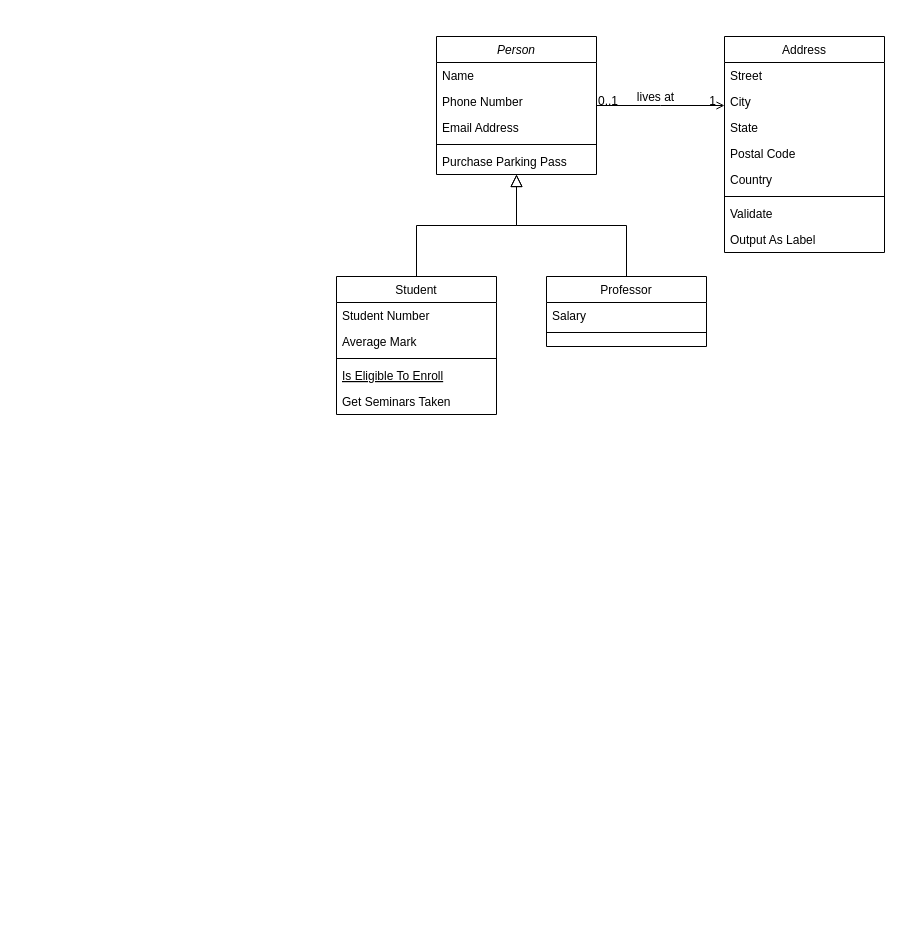
rudaniel/changProjects keeps this draw.io diagram as Untitled Diagram.drawio. Above is the earlier version. Source tidied: cells renumbered, new cells numbered last; positions are measured from the earlier drawing's top-left corner, leaving out a move shared by most shapes. Both pictures are drawn from the tidied source at 100%, with x=0, y=0 at pixel (336, 36).
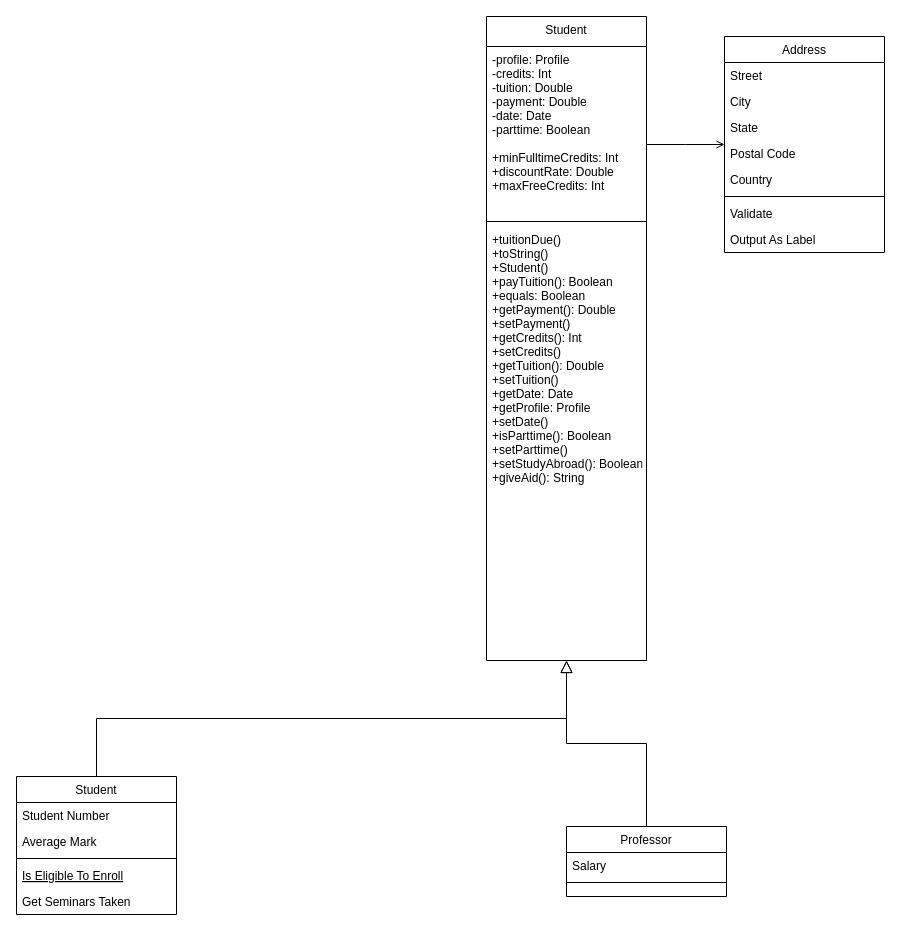
Above is the later version.

Unchanged cells that the change refers to:
```xml
<mxCell id="28" style="endArrow=open;shadow=0;strokeWidth=1;rounded=0;endFill=1;edgeStyle=elbowEdgeStyle;elbow=vertical;" parent="1" edge="1" source="2" target="19">
  <mxGeometry x="0.5" y="41" relative="1" as="geometry">
    <mxPoint x="-40" y="32" as="offset" />
  </mxGeometry>
</mxCell>
```

What changed in the source:
```diff
@@
-    <mxCell id="2" value="Person" style="swimlane;fontStyle=2;align=center;verticalAlign=top;horizontal=1;startSize=26;rounded=0;shadow=0;strokeWidth=1;" parent="1" vertex="1">
-      <mxGeometry x="100" width="160" height="138" as="geometry" />
+    <mxCell id="2" value="Student" style="swimlane;fontStyle=0;align=center;verticalAlign=top;horizontal=1;startSize=30;rounded=0;shadow=0;strokeWidth=1;" parent="1" vertex="1">
+      <mxGeometry x="150" y="-20" width="160" height="644" as="geometry" />
     </mxCell>
-    <mxCell id="3" value="Name" style="text;align=left;verticalAlign=top;spacingLeft=4;spacingRight=4;overflow=hidden;" parent="2" vertex="1">
-      <mxGeometry y="26" width="160" height="26" as="geometry" />
-    </mxCell>
-    <mxCell id="4" value="Phone Number" style="text;align=left;verticalAlign=top;spacingLeft=4;spacingRight=4;overflow=hidden;rounded=0;shadow=0;html=0;" parent="2" vertex="1">
-      <mxGeometry y="52" width="160" height="26" as="geometry" />
-    </mxCell>
-    <mxCell id="5" value="Email Address" style="text;align=left;verticalAlign=top;spacingLeft=4;spacingRight=4;overflow=hidden;rounded=0;shadow=0;html=0;" parent="2" vertex="1">
-      <mxGeometry y="78" width="160" height="26" as="geometry" />
+    <mxCell id="5" value="-profile: Profile&#10;-credits: Int&#10;-tuition: Double&#10;-payment: Double&#10;-date: Date&#10;-parttime: Boolean&#10;&#10;+minFulltimeCredits: Int&#10;+discountRate: Double&#10;+maxFreeCredits: Int &#10;" style="text;align=left;verticalAlign=top;spacingLeft=4;spacingRight=4;overflow=hidden;rounded=0;shadow=0;html=0;" parent="2" vertex="1">
+      <mxGeometry y="30" width="160" height="170" as="geometry" />
     </mxCell>
     <mxCell id="6" style="line;html=1;strokeWidth=1;align=left;verticalAlign=middle;spacingTop=-1;spacingLeft=3;spacingRight=3;labelPosition=right;" parent="2" vertex="1">
-      <mxGeometry y="104" width="160" height="8" as="geometry" />
+      <mxGeometry y="200" width="160" height="10" as="geometry" />
     </mxCell>
-    <mxCell id="7" value="Purchase Parking Pass" style="text;align=left;verticalAlign=top;spacingLeft=4;spacingRight=4;overflow=hidden;" parent="2" vertex="1">
-      <mxGeometry y="112" width="160" height="26" as="geometry" />
+    <mxCell id="7" value="+tuitionDue()&#10;+toString()&#10;+Student()&#10;+payTuition(): Boolean&#10;+equals: Boolean&#10;+getPayment(): Double&#10;+setPayment()&#10;+getCredits(): Int&#10;+setCredits()&#10;+getTuition(): Double&#10;+setTuition()&#10;+getDate: Date&#10;+getProfile: Profile&#10;+setDate()&#10;+isParttime(): Boolean&#10;+setParttime()&#10;+setStudyAbroad(): Boolean&#10;+giveAid(): String&#10;" style="text;align=left;verticalAlign=top;spacingLeft=4;spacingRight=4;overflow=hidden;" parent="2" vertex="1">
+      <mxGeometry y="210" width="160" height="310" as="geometry" />
     </mxCell>
     <mxCell id="8" value="Student" style="swimlane;fontStyle=0;align=center;verticalAlign=top;horizontal=1;startSize=26;rounded=0;shadow=0;strokeWidth=1;" parent="1" vertex="1">
-      <mxGeometry y="240" width="160" height="138" as="geometry" />
+      <mxGeometry x="-320" y="740" width="160" height="138" as="geometry" />
     </mxCell>
@@
     <mxCell id="15" value="Professor" style="swimlane;fontStyle=0;align=center;verticalAlign=top;horizontal=1;startSize=26;rounded=0;shadow=0;strokeWidth=1;" parent="1" vertex="1">
-      <mxGeometry x="210" y="240" width="160" height="70" as="geometry" />
+      <mxGeometry x="230" y="790" width="160" height="70" as="geometry" />
     </mxCell>
@@
-    <mxCell id="29" value="0..1" style="align=left;verticalAlign=bottom;labelBackgroundColor=none;fontSize=12;" parent="28" vertex="1">
-      <mxGeometry x="-1" relative="1" as="geometry">
-        <mxPoint y="4" as="offset" />
-      </mxGeometry>
-    </mxCell>
-    <mxCell id="30" value="1" style="align=right;verticalAlign=bottom;labelBackgroundColor=none;fontSize=12;" parent="28" vertex="1">
-      <mxGeometry x="1" relative="1" as="geometry">
-        <mxPoint x="-7" y="4" as="offset" />
-      </mxGeometry>
-    </mxCell>
-    <mxCell id="31" value="lives at" style="text;html=1;align=center;verticalAlign=middle;labelBackgroundColor=none;rounded=0;shadow=0;strokeWidth=1;fontSize=12;" parent="28" vertex="1">
-      <mxGeometry x="0.5" y="49" relative="1" as="geometry">
-        <mxPoint x="-38" y="40" as="offset" />
-      </mxGeometry>
-    </mxCell>
```
